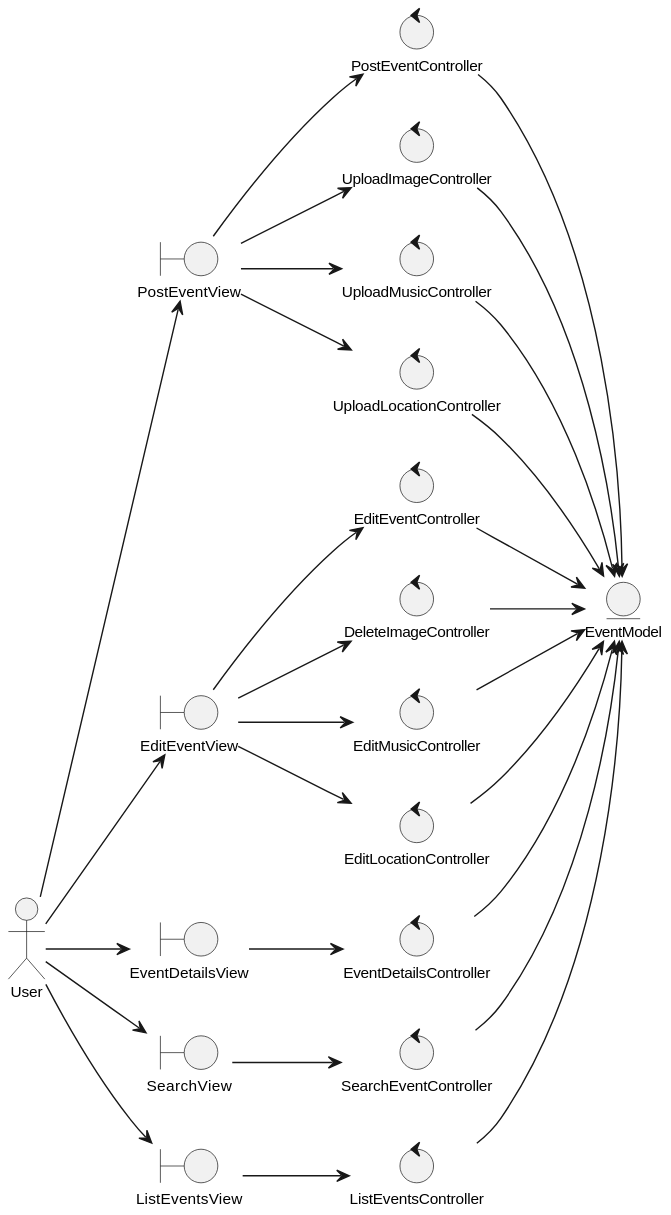
This is Análisis/Clases de Análisis/diagramas/analysisClassDiagramEventsManagements.svg from valeraruggierotesisucv/tesis-frameworks-mobile-diagrams, a PlantUML export, as it was before one commit.
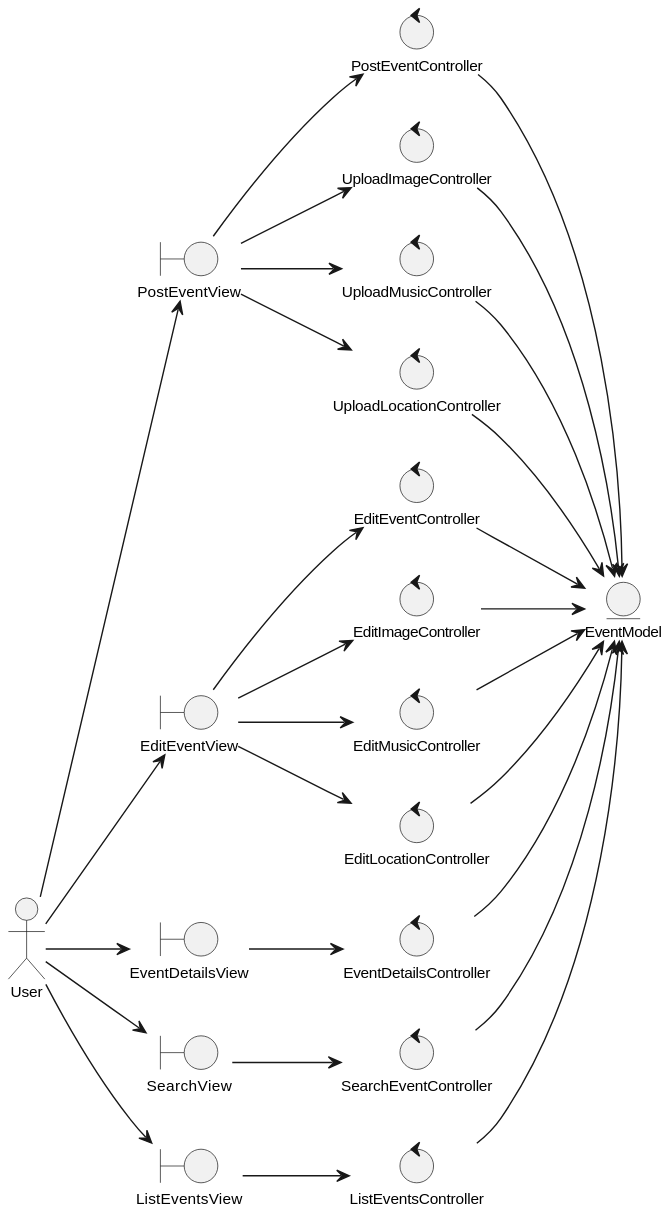
After the commit.

Diff of the diagram source:
```diff
@@ -19,7 +19,7 @@
 control "UploadMusicController" as uploadMusicController
 control "UploadLocationController" as uploadLocationController
 control "EditEventController" as editEventController
-control "DeleteImageController" as deleteImageController
+control "EditImageController" as editImageController
 control "EditMusicController" as editMusicController
 control "EditLocationController" as editLocationController
 control "EventDetailsController" as eventDetailsController
@@ -37,7 +37,7 @@
 postEventView --> uploadMusicController
 postEventView --> uploadLocationController
 editEventView --> editEventController
-editEventView --> deleteImageController
+editEventView --> editImageController
 editEventView --> editMusicController
 editEventView --> editLocationController
 eventDetailsView --> eventDetailsController
@@ -48,7 +48,7 @@
 uploadImageController --> eventModel
 uploadMusicController --> eventModel
 uploadLocationController --> eventModel
-deleteImageController --> eventModel
+editImageController --> eventModel
 editMusicController --> eventModel
 editLocationController --> eventModel
 editEventController --> eventModel
```
